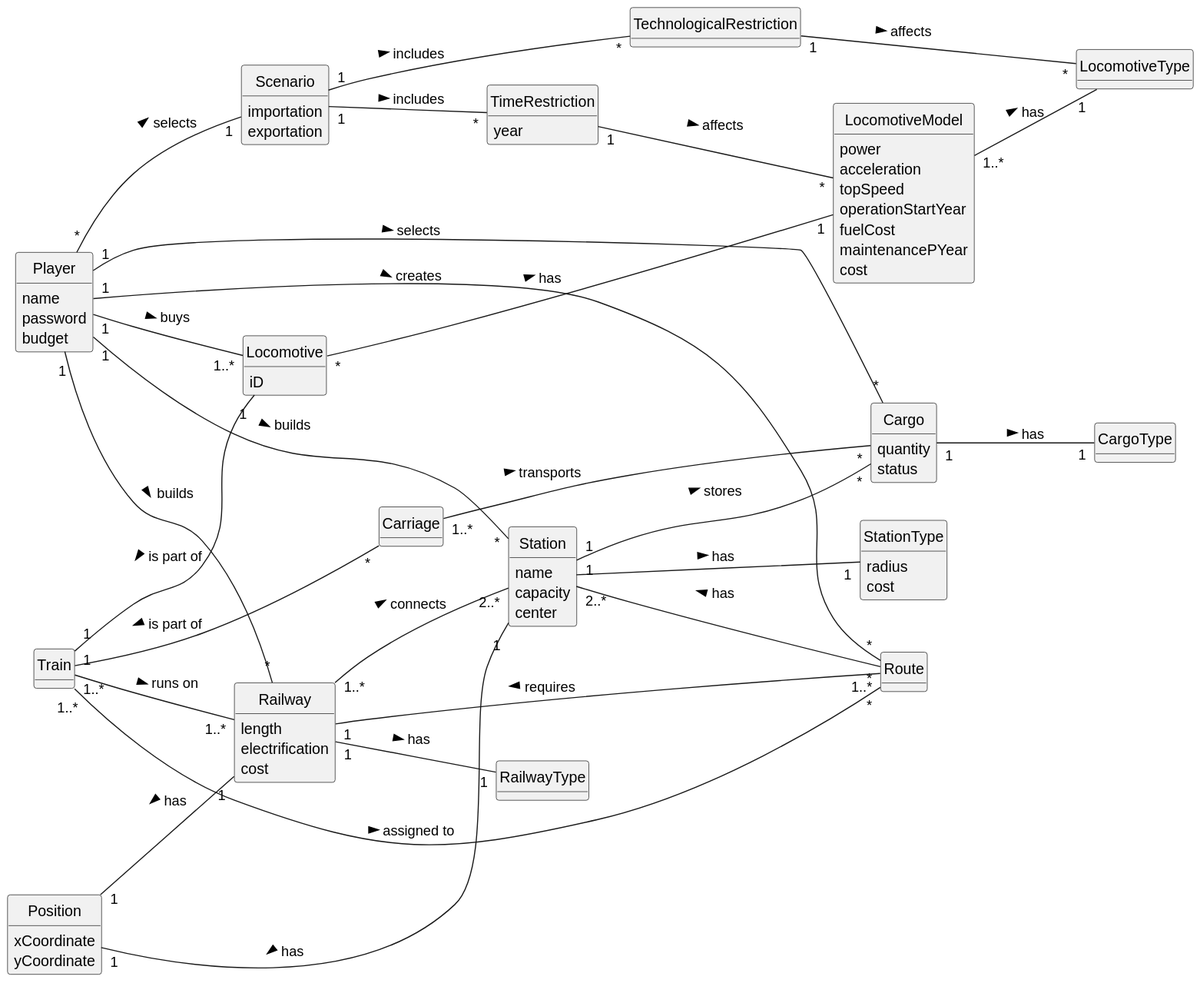
Above: Sprint2/US010/02.analysis/svg/US010-DM.svg in 1240935/pi2-railway-simulator (PlantUML), before the change. The source it was exported from:
```plantuml
@startuml
skinparam monochrome true
skinparam packageStyle rectangle
skinparam shadowing false
skinparam classAttributeIconSize 0
hide circle
hide methods

left to right direction

class Player {
    name
    password
    budget
}

class Locomotive {
    iD

}

class LocomotiveModel{
    power
    acceleration
    topSpeed
    operationStartYear
    fuelCost
    maintenancePYear
    cost
}

class LocomotiveType{
}

class Route {
}

class Station {
    name
    capacity
    center
}

class StationType{
    radius
    cost
}

class Cargo {
    quantity
    status
}

class CargoType{
}

class Railway{
    length
    electrification
    cost
}

class RailwayType{
}

class Position{
    xCoordinate
    yCoordinate
}

class Train {
}

class Carriage{
}

class TimeRestriction{
    year
}

class TechnologicalRestriction{
}

class Scenario{
    importation
    exportation
}

Player "*" -- "1" Scenario : selects >
Player "1" -- "*" Station : builds >
Player "1" -- "*" Route : creates >
Player "1" -- "*" Railway : builds >
Player "1" -- "*"  Cargo : selects >
Player "1" -- "1..*" Locomotive : buys >

Scenario "1" -- "*" TechnologicalRestriction: includes >
Scenario "1" -- "*" TimeRestriction: includes >

TimeRestriction "1" -- "*" LocomotiveModel: affects >
TechnologicalRestriction "1" -- "*" LocomotiveType: affects >

Position "1" -- "1" Station: has <
Position "1" -- "1" Railway: has <

Station "1" -- "*" Cargo : stores >
Station "2..*" -- "*" Route: has <
Station "1" -- "1" StationType: has >

Locomotive "*" -- "1" LocomotiveModel: has >
LocomotiveModel "1..*" -- "1" LocomotiveType: has >


Carriage "1..*" -- "*" Cargo: transports >

Railway "1" -- "1..*" Route: requires <
Railway "1..*" -- "2..*" Station : connects >
Railway "1" -- "1" RailwayType: has >

Cargo "1" -- "1" CargoType: has >

Train "1" -- "1" Locomotive: is part of <
Train "1" -- "*" Carriage: is part of <
Train "1..*" -- "*" Route : assigned to >
Train "1..*" -- "1..*" Railway: runs on >
@enduml
```
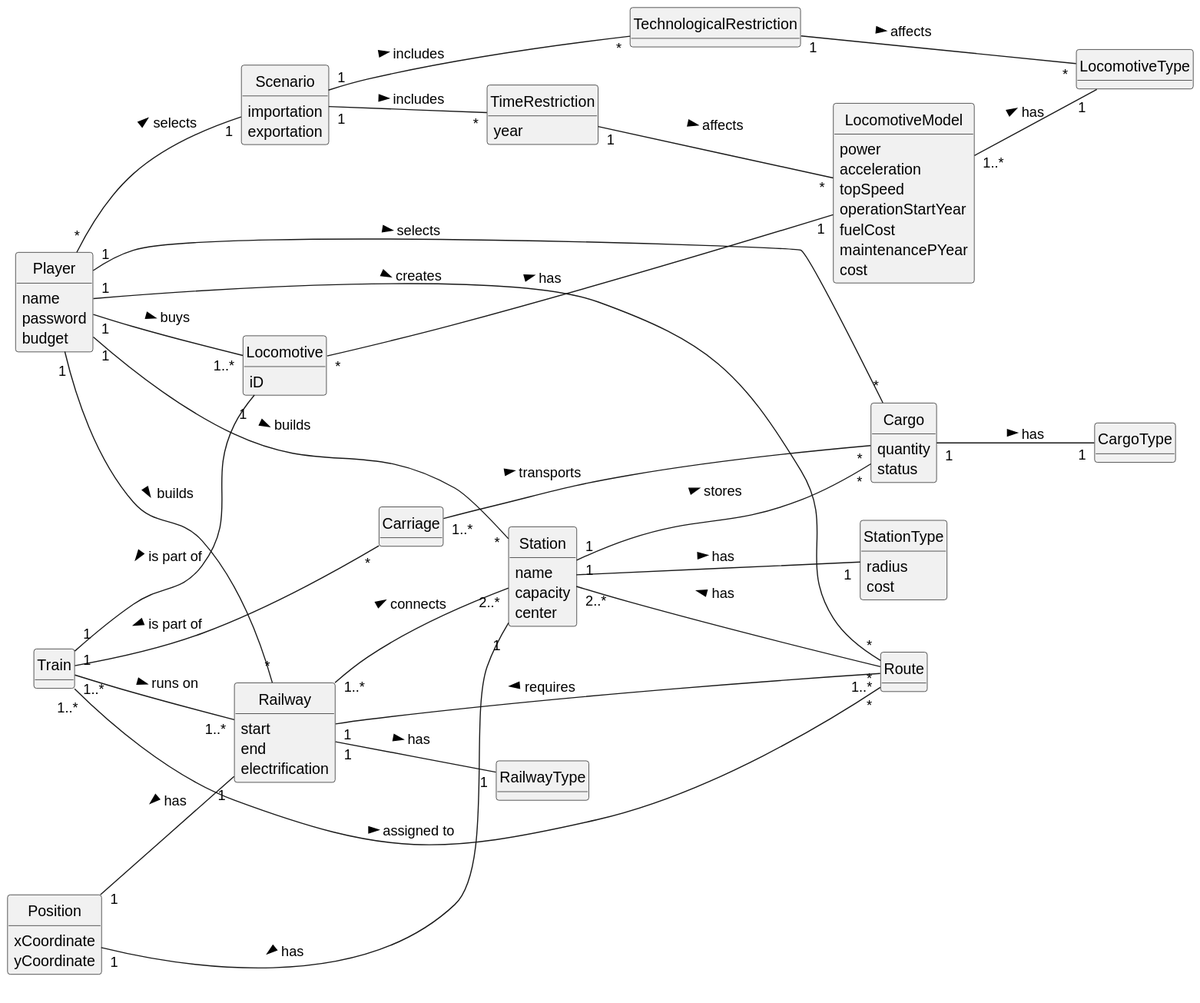
After the change.

Change to the diagram source:
```diff
@@ -16,7 +16,6 @@
 
 class Locomotive {
     iD
-
 }
 
 class LocomotiveModel{
@@ -55,9 +54,9 @@
 }
 
 class Railway{
-    length
+    start
+    end
     electrification
-    cost
 }
 
 class RailwayType{
```
